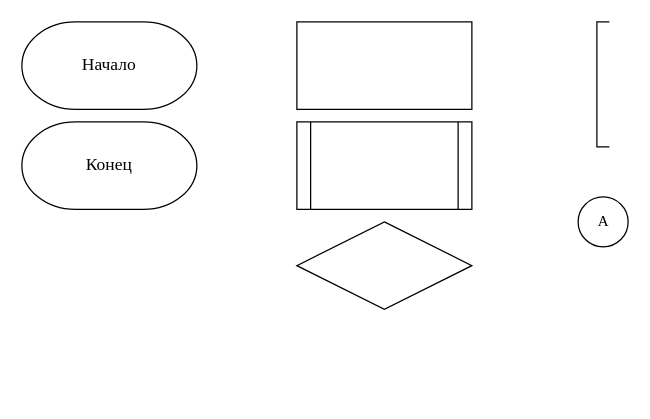
Earlier version of the draw.io diagram page "Blocks" (1 of 3) of shared/report/algs.drawio (muji40k/krpcgen). Source tidied: cells renumbered, new cells numbered last; positions are measured from the earlier drawing's top-left corner, leaving out a move shared by most shapes. Both pictures are drawn from the tidied source at 125%, with x=0, y=0 at pixel (21, 21).
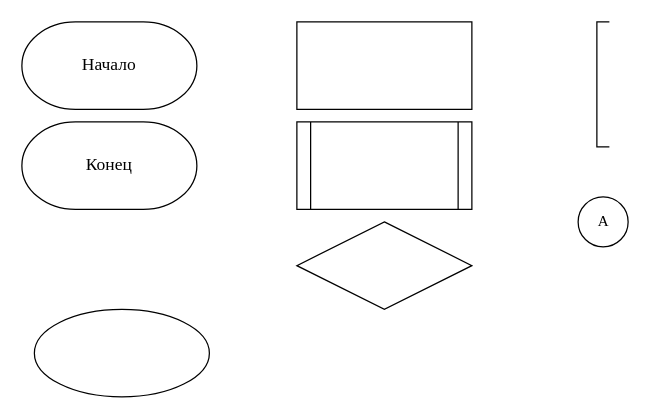
The same page after the edit.

Change to the diagram source:
```diff
@@
 <mxGraphModel>
   <root>
     <mxCell id="0" />
     <mxCell id="1" parent="0" />
     <mxCell id="2" value="&lt;font&gt;Начало&lt;/font&gt;" style="strokeWidth=1;html=1;shape=mxgraph.flowchart.terminator;whiteSpace=wrap;fontFamily=Times New Roman;fontSize=14;fillColor=none;" parent="1" vertex="1">
       <mxGeometry width="140" height="70" as="geometry" />
     </mxCell>
     <mxCell id="3" value="&lt;font&gt;Конец&lt;/font&gt;" style="strokeWidth=1;html=1;shape=mxgraph.flowchart.terminator;whiteSpace=wrap;fontFamily=Times New Roman;fontSize=14;fillColor=none;" parent="1" vertex="1">
       <mxGeometry y="80" width="140" height="70" as="geometry" />
     </mxCell>
     <mxCell id="4" style="rounded=0;whiteSpace=wrap;html=1;fillColor=none;fontFamily=Times New Roman;fontSize=14;" parent="1" vertex="1">
       <mxGeometry x="220" width="140" height="70" as="geometry" />
     </mxCell>
     <mxCell id="5" style="shape=process;whiteSpace=wrap;html=1;backgroundOutline=1;size=0.07692307692307693;fillColor=none;fontFamily=Times New Roman;fontSize=14;" parent="1" vertex="1">
       <mxGeometry x="220" y="80" width="140" height="70" as="geometry" />
     </mxCell>
     <mxCell id="6" style="rhombus;whiteSpace=wrap;html=1;fillColor=none;fontFamily=Times New Roman;fontSize=14;" parent="1" vertex="1">
       <mxGeometry x="220" y="160" width="140" height="70" as="geometry" />
     </mxCell>
     <mxCell id="7" style="strokeWidth=1;html=1;shape=mxgraph.flowchart.annotation_1;align=left;fontFamily=Times New Roman;fontSize=14;labelPosition=right;verticalLabelPosition=middle;verticalAlign=middle;" parent="1" vertex="1">
       <mxGeometry x="460" width="10" height="100" as="geometry" />
     </mxCell>
     <mxCell id="8" value="А" style="verticalLabelPosition=middle;verticalAlign=middle;html=1;shape=mxgraph.flowchart.on-page_reference;fillColor=none;labelPosition=center;align=center;fontFamily=Times New Roman;" parent="1" vertex="1">
       <mxGeometry x="445" y="140" width="40" height="40" as="geometry" />
     </mxCell>
+    <mxCell id="9" style="ellipse;whiteSpace=wrap;html=1;fillColor=none;fontFamily=Times New Roman;fontSize=14;" parent="1" vertex="1">
+      <mxGeometry x="10" y="230" width="140" height="70" as="geometry" />
+    </mxCell>
   </root>
 </mxGraphModel>
```
